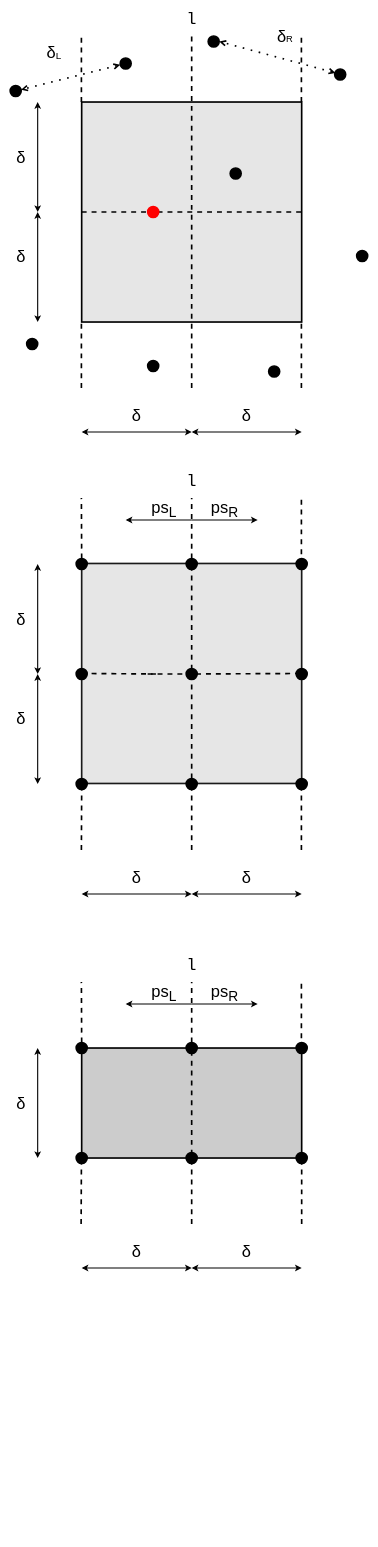
Above: img/Paper.drawio in mrtnrau/closest-pair-of-points (draw.io), before the change. Source tidied: cells renumbered, new cells numbered last; positions are measured from the earlier drawing's top-left corner, leaving out a move shared by most shapes. Both pictures are drawn from the tidied source at 55%, with x=0, y=0 at pixel (10, 14).
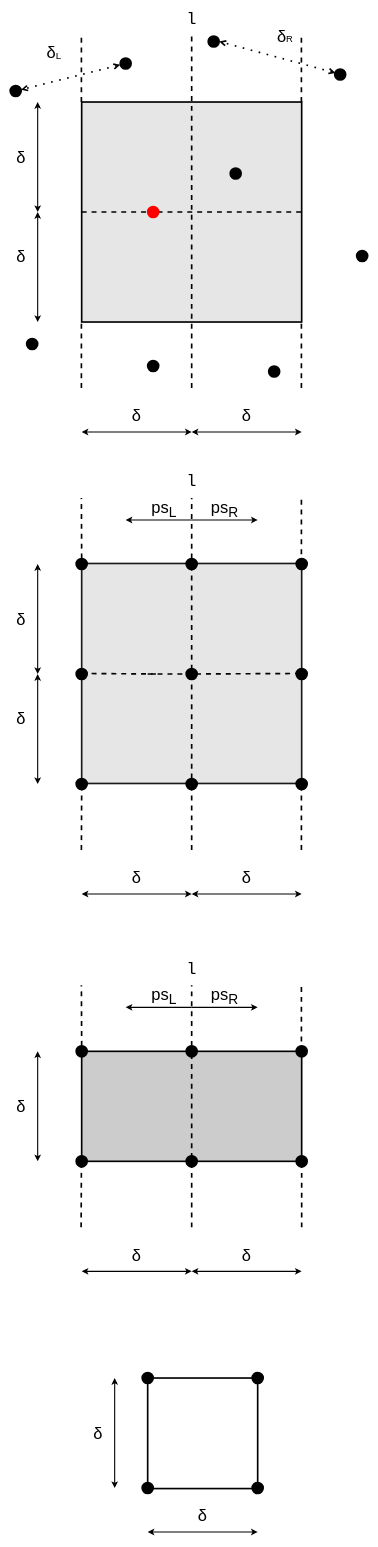
After the change.

Diff of the diagram source:
```diff
@@
     <mxCell id="2" style="rounded=0;whiteSpace=wrap;html=1;fillColor=#CCCCCC;strokeWidth=3;" parent="1" vertex="1">
-      <mxGeometry x="130" y="1880" width="400" height="200" as="geometry" />
+      <mxGeometry x="130" y="1886" width="400" height="200" as="geometry" />
     </mxCell>
@@
     <mxCell id="69" style="endArrow=none;dashed=1;html=1;strokeWidth=3;" parent="1" edge="1" source="88">
       <mxGeometry relative="1" as="geometry">
-        <mxPoint x="330" y="1760" as="targetPoint" />
+        <mxPoint x="330" y="1766" as="targetPoint" />
       </mxGeometry>
     </mxCell>
     <mxCell id="70" style="endArrow=none;dashed=1;html=1;strokeWidth=3;" parent="1" edge="1">
       <mxGeometry relative="1" as="geometry">
-        <mxPoint x="129.5" y="2280" as="sourcePoint" />
-        <mxPoint x="129.5" y="2280" as="targetPoint" />
+        <mxPoint x="129.5" y="2286" as="sourcePoint" />
+        <mxPoint x="129.5" y="2286" as="targetPoint" />
       </mxGeometry>
     </mxCell>
     <mxCell id="71" style="endArrow=none;dashed=1;html=1;strokeWidth=3;" parent="1" edge="1">
       <mxGeometry relative="1" as="geometry">
-        <mxPoint x="530" y="2200" as="sourcePoint" />
-        <mxPoint x="530" y="2080" as="targetPoint" />
+        <mxPoint x="530" y="2206" as="sourcePoint" />
+        <mxPoint x="530" y="2086" as="targetPoint" />
       </mxGeometry>
     </mxCell>
     <mxCell id="72" style="endArrow=none;dashed=1;html=1;strokeWidth=3;" parent="1" edge="1" source="86">
       <mxGeometry relative="1" as="geometry">
-        <mxPoint x="129.5" y="1760" as="targetPoint" />
+        <mxPoint x="129.5" y="1766" as="targetPoint" />
       </mxGeometry>
     </mxCell>
     <mxCell id="73" style="endArrow=none;dashed=1;html=1;strokeWidth=3;" parent="1" edge="1">
       <mxGeometry relative="1" as="geometry">
-        <mxPoint x="529.5" y="1880" as="sourcePoint" />
-        <mxPoint x="529.5" y="1760" as="targetPoint" />
+        <mxPoint x="529.5" y="1886" as="sourcePoint" />
+        <mxPoint x="529.5" y="1766" as="targetPoint" />
       </mxGeometry>
     </mxCell>
     <mxCell id="74" style="ellipse;whiteSpace=wrap;html=1;strokeWidth=3;fillColor=#000000;" parent="1" vertex="1">
-      <mxGeometry x="120" y="2070" width="20" height="20" as="geometry" />
+      <mxGeometry x="120" y="2076" width="20" height="20" as="geometry" />
     </mxCell>
     <mxCell id="75" value="&lt;font style=&quot;font-size: 30px&quot; face=&quot;Courier New&quot;&gt;l&lt;/font&gt;" style="text;html=1;strokeColor=none;fillColor=none;align=center;verticalAlign=middle;whiteSpace=wrap;rounded=0;" parent="1" vertex="1">
-      <mxGeometry x="310" y="1720" width="40" height="20" as="geometry" />
+      <mxGeometry x="310" y="1726" width="40" height="20" as="geometry" />
     </mxCell>
     <mxCell id="76" style="endArrow=classic;startArrow=classic;html=1;strokeWidth=2;" parent="1" edge="1">
       <mxGeometry relative="1" as="geometry">
-        <mxPoint x="130" y="2280" as="sourcePoint" />
-        <mxPoint x="330" y="2280" as="targetPoint" />
+        <mxPoint x="130" y="2286" as="sourcePoint" />
+        <mxPoint x="330" y="2286" as="targetPoint" />
       </mxGeometry>
     </mxCell>
     <mxCell id="77" style="endArrow=classic;startArrow=classic;html=1;strokeWidth=2;" parent="1" edge="1">
       <mxGeometry relative="1" as="geometry">
-        <mxPoint x="330" y="2280" as="sourcePoint" />
-        <mxPoint x="530" y="2280" as="targetPoint" />
+        <mxPoint x="330" y="2286" as="sourcePoint" />
+        <mxPoint x="530" y="2286" as="targetPoint" />
       </mxGeometry>
     </mxCell>
     <mxCell id="78" style="endArrow=classic;startArrow=classic;html=1;strokeWidth=2;" parent="1" edge="1">
       <mxGeometry relative="1" as="geometry">
-        <mxPoint x="50" y="1880" as="sourcePoint" />
-        <mxPoint x="50" y="2080" as="targetPoint" />
+        <mxPoint x="50" y="1886" as="sourcePoint" />
+        <mxPoint x="50" y="2086" as="targetPoint" />
       </mxGeometry>
     </mxCell>
     <mxCell id="79" value="&lt;font style=&quot;font-size: 30px&quot;&gt;δ&lt;/font&gt;" style="text;html=1;strokeColor=none;fillColor=none;align=center;verticalAlign=middle;whiteSpace=wrap;rounded=0;" parent="1" vertex="1">
-      <mxGeometry y="1950" width="40" height="60" as="geometry" />
+      <mxGeometry y="1956" width="40" height="60" as="geometry" />
     </mxCell>
     <mxCell id="80" value="&lt;font style=&quot;font-size: 30px&quot;&gt;δ&lt;/font&gt;" style="text;html=1;strokeColor=none;fillColor=none;align=center;verticalAlign=middle;whiteSpace=wrap;rounded=0;" parent="1" vertex="1">
-      <mxGeometry x="210" y="2220" width="40" height="60" as="geometry" />
+      <mxGeometry x="210" y="2226" width="40" height="60" as="geometry" />
     </mxCell>
     <mxCell id="81" value="&lt;font style=&quot;font-size: 30px&quot;&gt;δ&lt;/font&gt;" style="text;html=1;strokeColor=none;fillColor=none;align=center;verticalAlign=middle;whiteSpace=wrap;rounded=0;" parent="1" vertex="1">
-      <mxGeometry x="410" y="2220" width="40" height="60" as="geometry" />
+      <mxGeometry x="410" y="2226" width="40" height="60" as="geometry" />
     </mxCell>
     <mxCell id="82" style="endArrow=none;dashed=1;html=1;strokeWidth=3;" parent="1" edge="1">
       <mxGeometry relative="1" as="geometry">
-        <mxPoint x="129" y="2200" as="sourcePoint" />
-        <mxPoint x="129.5" y="2090" as="targetPoint" />
+        <mxPoint x="129" y="2206" as="sourcePoint" />
+        <mxPoint x="129.5" y="2096" as="targetPoint" />
       </mxGeometry>
     </mxCell>
     <mxCell id="83" style="ellipse;whiteSpace=wrap;html=1;strokeWidth=3;fillColor=#000000;" parent="1" vertex="1">
-      <mxGeometry x="320" y="2070" width="20" height="20" as="geometry" />
+      <mxGeometry x="320" y="2076" width="20" height="20" as="geometry" />
     </mxCell>
     <mxCell id="84" style="ellipse;whiteSpace=wrap;html=1;strokeWidth=3;fillColor=#000000;" parent="1" vertex="1">
-      <mxGeometry x="520" y="1870" width="20" height="20" as="geometry" />
+      <mxGeometry x="520" y="1876" width="20" height="20" as="geometry" />
     </mxCell>
     <mxCell id="85" style="ellipse;whiteSpace=wrap;html=1;strokeWidth=3;fillColor=#000000;" parent="1" vertex="1">
-      <mxGeometry x="520" y="2070" width="20" height="20" as="geometry" />
+      <mxGeometry x="520" y="2076" width="20" height="20" as="geometry" />
     </mxCell>
     <mxCell id="86" style="ellipse;whiteSpace=wrap;html=1;strokeWidth=3;fillColor=#000000;" parent="1" vertex="1">
-      <mxGeometry x="120" y="1870" width="20" height="20" as="geometry" />
+      <mxGeometry x="120" y="1876" width="20" height="20" as="geometry" />
     </mxCell>
     <mxCell id="87" style="endArrow=none;dashed=1;html=1;strokeWidth=3;" parent="1" edge="1" target="86">
       <mxGeometry relative="1" as="geometry">
-        <mxPoint x="129.5" y="1880" as="sourcePoint" />
+        <mxPoint x="129.5" y="1886" as="sourcePoint" />
       </mxGeometry>
     </mxCell>
     <mxCell id="88" style="ellipse;whiteSpace=wrap;html=1;strokeWidth=3;fillColor=#000000;" parent="1" vertex="1">
-      <mxGeometry x="320" y="1870" width="20" height="20" as="geometry" />
+      <mxGeometry x="320" y="1876" width="20" height="20" as="geometry" />
     </mxCell>
     <mxCell id="89" style="endArrow=none;dashed=1;html=1;strokeWidth=3;" parent="1" edge="1" target="88">
       <mxGeometry relative="1" as="geometry">
-        <mxPoint x="330" y="2200" as="sourcePoint" />
+        <mxPoint x="330" y="2206" as="sourcePoint" />
         <Array as="points">
-          <mxPoint x="330" y="2200" />
+          <mxPoint x="330" y="2206" />
         </Array>
       </mxGeometry>
     </mxCell>
     <mxCell id="90" style="endArrow=classic;html=1;strokeWidth=2;" parent="1" edge="1">
       <mxGeometry relative="1" as="geometry">
-        <mxPoint x="330" y="1800" as="sourcePoint" />
-        <mxPoint x="450" y="1800" as="targetPoint" />
+        <mxPoint x="330" y="1806" as="sourcePoint" />
+        <mxPoint x="450" y="1806" as="targetPoint" />
       </mxGeometry>
     </mxCell>
     <mxCell id="91" style="endArrow=classic;html=1;strokeWidth=2;" parent="1" edge="1">
       <mxGeometry relative="1" as="geometry">
-        <mxPoint x="330" y="1800" as="sourcePoint" />
-        <mxPoint x="210" y="1800" as="targetPoint" />
+        <mxPoint x="330" y="1806" as="sourcePoint" />
+        <mxPoint x="210" y="1806" as="targetPoint" />
       </mxGeometry>
     </mxCell>
     <mxCell id="92" value="&lt;font style=&quot;font-size: 30px&quot;&gt;ps&lt;sub&gt;L&lt;/sub&gt;&lt;/font&gt;" style="text;html=1;strokeColor=none;fillColor=none;align=center;verticalAlign=middle;whiteSpace=wrap;rounded=0;" parent="1" vertex="1">
-      <mxGeometry x="260" y="1770" width="40" height="20" as="geometry" />
+      <mxGeometry x="260" y="1776" width="40" height="20" as="geometry" />
     </mxCell>
     <mxCell id="93" value="&lt;font style=&quot;font-size: 30px&quot;&gt;ps&lt;sub&gt;R&lt;/sub&gt;&lt;/font&gt;" style="text;html=1;strokeColor=none;fillColor=none;align=center;verticalAlign=middle;whiteSpace=wrap;rounded=0;" parent="1" vertex="1">
-      <mxGeometry x="370" y="1770" width="40" height="20" as="geometry" />
+      <mxGeometry x="370" y="1776" width="40" height="20" as="geometry" />
     </mxCell>
+    <mxCell id="94" style="rounded=0;whiteSpace=wrap;html=1;fillColor=none;strokeWidth=3;" parent="1" vertex="1">
+      <mxGeometry x="250" y="2480" width="200" height="201" as="geometry" />
+    </mxCell>
+    <mxCell id="95" style="endArrow=none;dashed=1;html=1;strokeWidth=3;" parent="1" edge="1">
+      <mxGeometry relative="1" as="geometry">
+        <mxPoint x="249.5" y="2760" as="sourcePoint" />
+        <mxPoint x="249.5" y="2760" as="targetPoint" />
+      </mxGeometry>
+    </mxCell>
+    <mxCell id="96" style="ellipse;whiteSpace=wrap;html=1;strokeWidth=3;fillColor=#000000;" parent="1" vertex="1">
+      <mxGeometry x="240" y="2670" width="20" height="20" as="geometry" />
+    </mxCell>
+    <mxCell id="97" style="endArrow=classic;startArrow=classic;html=1;strokeWidth=2;" parent="1" edge="1">
+      <mxGeometry relative="1" as="geometry">
+        <mxPoint x="250" y="2760" as="sourcePoint" />
+        <mxPoint x="450" y="2760" as="targetPoint" />
+      </mxGeometry>
+    </mxCell>
+    <mxCell id="98" style="endArrow=classic;startArrow=classic;html=1;strokeWidth=2;" parent="1" edge="1">
+      <mxGeometry relative="1" as="geometry">
+        <mxPoint x="190" y="2480" as="sourcePoint" />
+        <mxPoint x="190" y="2680" as="targetPoint" />
+      </mxGeometry>
+    </mxCell>
+    <mxCell id="99" value="&lt;font style=&quot;font-size: 30px&quot;&gt;δ&lt;/font&gt;" style="text;html=1;strokeColor=none;fillColor=none;align=center;verticalAlign=middle;whiteSpace=wrap;rounded=0;" parent="1" vertex="1">
+      <mxGeometry x="140" y="2550" width="40" height="60" as="geometry" />
+    </mxCell>
+    <mxCell id="100" value="&lt;font style=&quot;font-size: 30px&quot;&gt;δ&lt;/font&gt;" style="text;html=1;strokeColor=none;fillColor=none;align=center;verticalAlign=middle;whiteSpace=wrap;rounded=0;" parent="1" vertex="1">
+      <mxGeometry x="330" y="2700" width="40" height="60" as="geometry" />
+    </mxCell>
+    <mxCell id="101" style="ellipse;whiteSpace=wrap;html=1;strokeWidth=3;fillColor=#000000;" parent="1" vertex="1">
+      <mxGeometry x="440" y="2670" width="20" height="20" as="geometry" />
+    </mxCell>
+    <mxCell id="102" style="ellipse;whiteSpace=wrap;html=1;strokeWidth=3;fillColor=#000000;" parent="1" vertex="1">
+      <mxGeometry x="240" y="2470" width="20" height="20" as="geometry" />
+    </mxCell>
+    <mxCell id="103" style="endArrow=none;dashed=1;html=1;strokeWidth=3;" parent="1" edge="1" target="102">
+      <mxGeometry relative="1" as="geometry">
+        <mxPoint x="249.5" y="2480" as="sourcePoint" />
+      </mxGeometry>
+    </mxCell>
+    <mxCell id="104" style="ellipse;whiteSpace=wrap;html=1;strokeWidth=3;fillColor=#000000;" parent="1" vertex="1">
+      <mxGeometry x="440" y="2470" width="20" height="20" as="geometry" />
+    </mxCell>
```
